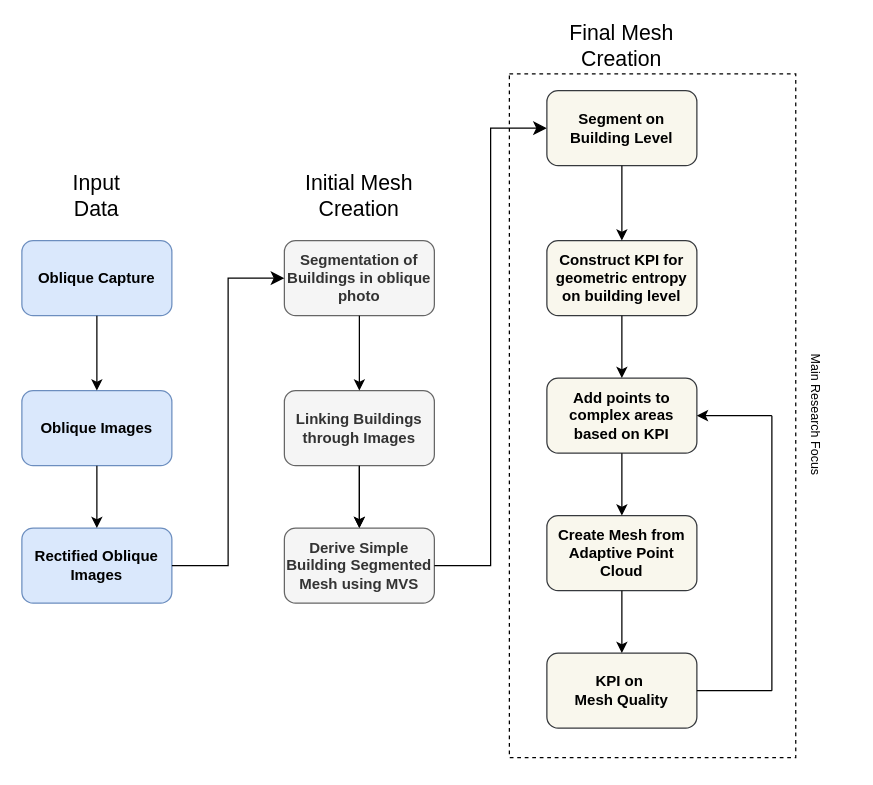
Before: figures/theoreticalframework/theoreticalframework.drawio in LarsBoertjes/thesis, a draw.io diagram. Source tidied: cells renumbered, new cells numbered last; positions are measured from the earlier drawing's top-left corner, leaving out a move shared by most shapes. Both pictures are drawn from the tidied source at 125%, with x=0, y=0 at pixel (21, 28).
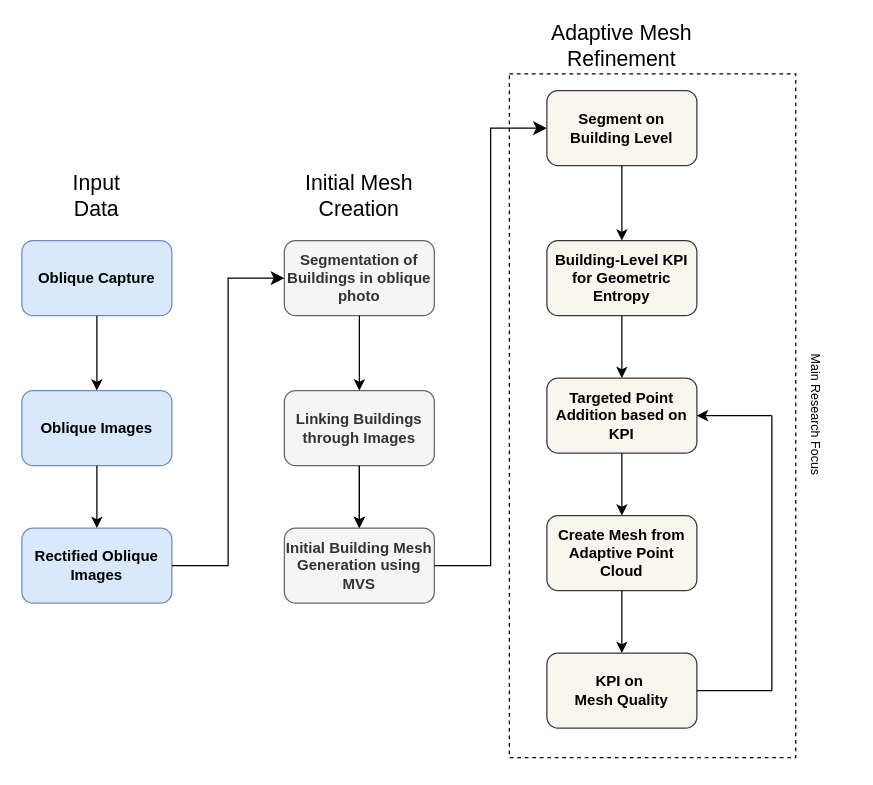
After the change.

What changed in the source:
```diff
@@
-    <mxCell id="14" value="&lt;b&gt;Derive Simple Building Segmented Mesh using MVS&lt;/b&gt;" style="rounded=1;whiteSpace=wrap;html=1;fillColor=#f5f5f5;fontColor=#333333;strokeColor=#666666;" parent="1" vertex="1">
+    <mxCell id="14" value="&lt;b&gt;Initial Building Mesh Generation using MVS&lt;/b&gt;" style="rounded=1;whiteSpace=wrap;html=1;fillColor=#f5f5f5;fontColor=#333333;strokeColor=#666666;" parent="1" vertex="1">
       <mxGeometry x="210" y="400" width="120" height="60" as="geometry" />
     </mxCell>
@@
-    <mxCell id="17" value="&lt;b&gt;Construct KPI for geometric entropy on building level&lt;/b&gt;" style="rounded=1;whiteSpace=wrap;html=1;fillColor=#f9f7ed;strokeColor=#36393d;" parent="1" vertex="1">
+    <mxCell id="17" value="&lt;b&gt;Building-Level KPI for Geometric Entropy&lt;/b&gt;" style="rounded=1;whiteSpace=wrap;html=1;fillColor=#f9f7ed;strokeColor=#36393d;" parent="1" vertex="1">
       <mxGeometry x="420" y="170" width="120" height="60" as="geometry" />
     </mxCell>
@@
-    <mxCell id="19" value="&lt;b&gt;Add points to complex areas based on KPI&lt;/b&gt;" style="rounded=1;whiteSpace=wrap;html=1;fillColor=#f9f7ed;strokeColor=#36393d;" parent="1" vertex="1">
+    <mxCell id="19" value="&lt;b&gt;Targeted Point Addition based on KPI&lt;/b&gt;" style="rounded=1;whiteSpace=wrap;html=1;fillColor=#f9f7ed;strokeColor=#36393d;" parent="1" vertex="1">
       <mxGeometry x="420" y="280" width="120" height="60" as="geometry" />
     </mxCell>
@@
-    <mxCell id="32" value="Final Mesh Creation" style="text;html=1;align=center;verticalAlign=middle;whiteSpace=wrap;rounded=0;strokeWidth=1;fontSize=17;" parent="1" vertex="1">
+    <mxCell id="32" value="Adaptive Mesh Refinement" style="text;html=1;align=center;verticalAlign=middle;whiteSpace=wrap;rounded=0;strokeWidth=1;fontSize=17;" parent="1" vertex="1">
       <mxGeometry x="420" width="120" height="30" as="geometry" />
     </mxCell>
```
